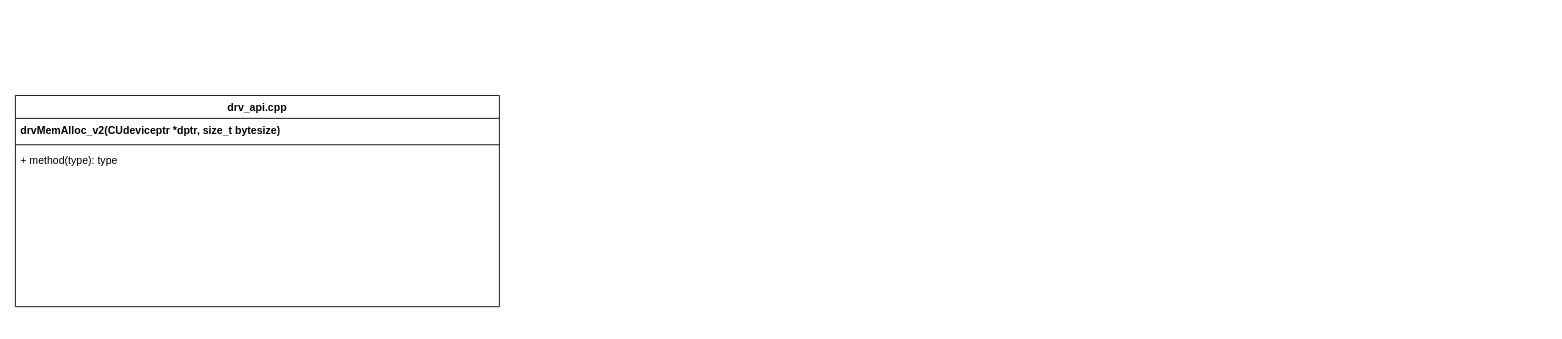
Above: malloc_cpy.drawio in evolution124/mydiagram (draw.io), before the change. Source tidied: cells renumbered, new cells numbered last; positions are measured from the earlier drawing's top-left corner, leaving out a move shared by most shapes. Both pictures are drawn from the tidied source at 88%, with x=0, y=0 at pixel (15, 95).
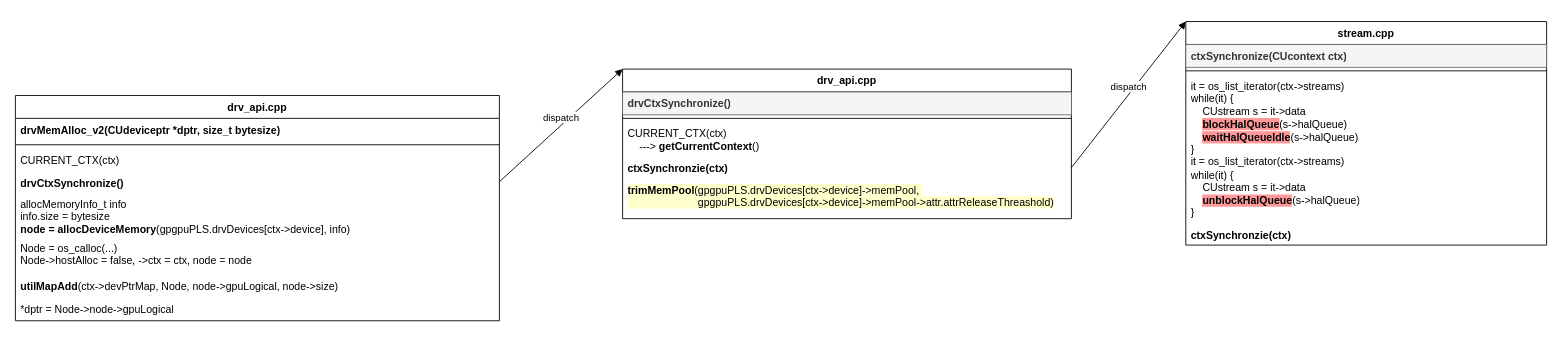
After the change.

What changed in the source:
```diff
@@
     <mxCell id="2" value="drv_api.cpp" style="swimlane;fontStyle=1;align=center;verticalAlign=top;horizontal=1;startSize=26;whiteSpace=wrap;html=1;" parent="1" vertex="1">
-      <mxGeometry width="550" height="240" as="geometry" />
+      <mxGeometry width="550" height="256" as="geometry" />
     </mxCell>
@@
+    <mxCell id="6" value="CURRENT_CTX(ctx)" style="text;strokeColor=none;fillColor=none;align=left;verticalAlign=top;spacingLeft=4;spacingRight=4;overflow=hidden;whiteSpace=wrap;html=1;" parent="2" vertex="1">
+      <mxGeometry y="60" width="550" height="26" as="geometry" />
+    </mxCell>
-    <mxCell id="5" value="+ method(type): type" style="text;strokeColor=none;fillColor=none;align=left;verticalAlign=top;spacingLeft=4;spacingRight=4;overflow=hidden;points=[[0,0.5],[1,0.5]];portConstraint=eastwest;whiteSpace=wrap;html=1;" parent="2" vertex="1">
-      <mxGeometry y="60" width="550" height="180" as="geometry" />
+    <mxCell id="5" value="&lt;b&gt;drvCtxSynchronize()&lt;/b&gt;&lt;div&gt;&lt;b&gt;&lt;br&gt;&lt;/b&gt;&lt;/div&gt;&lt;div&gt;&lt;br&gt;&lt;/div&gt;" style="text;strokeColor=none;fillColor=none;align=left;verticalAlign=top;spacingLeft=4;spacingRight=4;overflow=hidden;points=[[0,0.5],[1,0.5]];portConstraint=eastwest;whiteSpace=wrap;html=1;" parent="2" vertex="1">
+      <mxGeometry y="86" width="550" height="24" as="geometry" />
     </mxCell>
+    <mxCell id="7" value="&lt;div&gt;allocMemoryInfo_t info&lt;/div&gt;&lt;div&gt;info.size = bytesize&lt;/div&gt;&lt;b&gt;node = allocDeviceMemory&lt;/b&gt;(gpgpuPLS.drvDevices[ctx-&amp;gt;device], info)" style="text;strokeColor=none;fillColor=none;align=left;verticalAlign=top;spacingLeft=4;spacingRight=4;overflow=hidden;whiteSpace=wrap;html=1;" parent="2" vertex="1">
+      <mxGeometry y="110" width="550" height="50" as="geometry" />
+    </mxCell>
+    <mxCell id="8" value="Node = os_calloc(...)&lt;div&gt;Node-&amp;gt;hostAlloc = false, -&amp;gt;ctx = ctx, node = node&lt;/div&gt;&lt;div&gt;&lt;br&gt;&lt;/div&gt;&lt;div&gt;&lt;b&gt;utilMapAdd&lt;/b&gt;(ctx-&amp;gt;devPtrMap, Node, node-&amp;gt;gpuLogical, node-&amp;gt;size)&lt;/div&gt;" style="text;strokeColor=none;fillColor=none;align=left;verticalAlign=top;spacingLeft=4;spacingRight=4;overflow=hidden;whiteSpace=wrap;html=1;" parent="2" vertex="1">
+      <mxGeometry y="160" width="550" height="70" as="geometry" />
+    </mxCell>
+    <mxCell id="9" value="*dptr = Node-&amp;gt;node-&amp;gt;gpuLogical" style="text;strokeColor=none;fillColor=none;align=left;verticalAlign=top;spacingLeft=4;spacingRight=4;overflow=hidden;whiteSpace=wrap;html=1;" parent="2" vertex="1">
+      <mxGeometry y="230" width="550" height="26" as="geometry" />
+    </mxCell>
+    <mxCell id="10" value="drv_api.cpp" style="swimlane;fontStyle=1;align=center;verticalAlign=top;horizontal=1;startSize=26;whiteSpace=wrap;html=1;" parent="1" vertex="1">
+      <mxGeometry x="690" y="-30" width="510" height="170" as="geometry" />
+    </mxCell>
+    <mxCell id="11" value="&lt;span style=&quot;font-weight: 700; text-align: center;&quot;&gt;drvCtxSynchronize()&lt;/span&gt;" style="text;strokeColor=#666666;fillColor=#f5f5f5;align=left;verticalAlign=top;spacingLeft=4;spacingRight=4;overflow=hidden;whiteSpace=wrap;html=1;fontColor=#333333;" parent="10" vertex="1">
+      <mxGeometry y="26" width="510" height="26" as="geometry" />
+    </mxCell>
+    <mxCell id="12" style="line;strokeWidth=1;fillColor=none;align=left;verticalAlign=middle;spacingTop=-1;spacingLeft=3;spacingRight=3;labelPosition=right;strokeColor=inherit;" parent="10" vertex="1">
+      <mxGeometry y="52" width="510" height="8" as="geometry" />
+    </mxCell>
+    <mxCell id="13" value="CURRENT_CTX(ctx)&lt;div&gt;&amp;nbsp; &amp;nbsp; ---&amp;gt; &lt;b&gt;getCurrentContext&lt;/b&gt;()&lt;/div&gt;" style="text;strokeColor=none;fillColor=none;align=left;verticalAlign=top;spacingLeft=4;spacingRight=4;overflow=hidden;whiteSpace=wrap;html=1;" parent="10" vertex="1">
+      <mxGeometry y="60" width="510" height="40" as="geometry" />
+    </mxCell>
+    <mxCell id="14" value="&lt;div&gt;&lt;b&gt;ctxSynchronzie(ctx)&lt;/b&gt;&lt;/div&gt;" style="text;strokeColor=none;fillColor=none;align=left;verticalAlign=top;spacingLeft=4;spacingRight=4;overflow=hidden;points=[[0,0.5],[1,0.5]];portConstraint=eastwest;whiteSpace=wrap;html=1;" parent="10" vertex="1">
+      <mxGeometry y="100" width="510" height="24" as="geometry" />
+    </mxCell>
+    <mxCell id="15" value="&lt;span style=&quot;background-color: rgb(255, 255, 204);&quot;&gt;&lt;b&gt;trimMemPool&lt;/b&gt;(gpgpuPLS.drvDevices[ctx-&amp;gt;device]-&amp;gt;memPool,&amp;nbsp;&lt;br&gt;&amp;nbsp; &amp;nbsp; &amp;nbsp; &amp;nbsp; &amp;nbsp; &amp;nbsp; &amp;nbsp; &amp;nbsp; &amp;nbsp; &amp;nbsp; &amp;nbsp; &amp;nbsp; gpgpuPLS.drvDevices[ctx-&amp;gt;device]-&amp;gt;memPool-&amp;gt;attr.attrReleaseThreashold)&lt;/span&gt;" style="text;strokeColor=none;fillColor=none;align=left;verticalAlign=top;spacingLeft=4;spacingRight=4;overflow=hidden;whiteSpace=wrap;html=1;" parent="10" vertex="1">
+      <mxGeometry y="124" width="510" height="46" as="geometry" />
+    </mxCell>
+    <mxCell id="16" value="stream.cpp" style="swimlane;fontStyle=1;align=center;verticalAlign=top;horizontal=1;startSize=26;whiteSpace=wrap;html=1;" parent="1" vertex="1">
+      <mxGeometry x="1330" y="-84" width="410" height="254" as="geometry" />
+    </mxCell>
+    <mxCell id="17" value="&lt;span style=&quot;font-weight: 700; text-align: center;&quot;&gt;ctxSynchronize(CUcontext ctx)&lt;/span&gt;" style="text;strokeColor=#666666;fillColor=#f5f5f5;align=left;verticalAlign=top;spacingLeft=4;spacingRight=4;overflow=hidden;whiteSpace=wrap;html=1;fontColor=#333333;" parent="16" vertex="1">
+      <mxGeometry y="26" width="410" height="26" as="geometry" />
+    </mxCell>
+    <mxCell id="18" style="line;strokeWidth=1;fillColor=none;align=left;verticalAlign=middle;spacingTop=-1;spacingLeft=3;spacingRight=3;labelPosition=right;strokeColor=inherit;" parent="16" vertex="1">
+      <mxGeometry y="52" width="410" height="8" as="geometry" />
+    </mxCell>
+    <mxCell id="19" value="it = os_list_iterator(ctx-&amp;gt;streams)&lt;div&gt;while(it) {&lt;/div&gt;&lt;div&gt;&amp;nbsp; &amp;nbsp; CUstream s = it-&amp;gt;data&lt;/div&gt;&lt;div&gt;&amp;nbsp; &amp;nbsp; &lt;b style=&quot;background-color: rgb(255, 153, 153);&quot;&gt;blockHalQueue&lt;/b&gt;(s-&amp;gt;halQueue)&lt;/div&gt;&lt;div&gt;&amp;nbsp; &amp;nbsp; &lt;b style=&quot;background-color: rgb(255, 153, 153);&quot;&gt;waitHalQueueIdle&lt;/b&gt;(s-&amp;gt;halQueue)&lt;/div&gt;&lt;div&gt;}&lt;/div&gt;&lt;div&gt;it = os_list_iterator(ctx-&amp;gt;streams)&lt;/div&gt;&lt;div&gt;&lt;div&gt;while(it) {&lt;/div&gt;&lt;div&gt;&amp;nbsp; &amp;nbsp; CUstream s = it-&amp;gt;data&lt;/div&gt;&lt;div&gt;&amp;nbsp; &amp;nbsp; &lt;b style=&quot;background-color: rgb(255, 153, 153);&quot;&gt;unblockHalQueue&lt;/b&gt;(s-&amp;gt;halQueue)&lt;/div&gt;&lt;div&gt;&lt;span style=&quot;background-color: initial;&quot;&gt;}&lt;/span&gt;&lt;/div&gt;&lt;/div&gt;" style="text;strokeColor=none;fillColor=none;align=left;verticalAlign=top;spacingLeft=4;spacingRight=4;overflow=hidden;whiteSpace=wrap;html=1;" parent="16" vertex="1">
+      <mxGeometry y="60" width="410" height="170" as="geometry" />
+    </mxCell>
+    <mxCell id="20" value="&lt;div&gt;&lt;b&gt;ctxSynchronzie(ctx)&lt;/b&gt;&lt;/div&gt;" style="text;strokeColor=none;fillColor=none;align=left;verticalAlign=top;spacingLeft=4;spacingRight=4;overflow=hidden;whiteSpace=wrap;html=1;" parent="16" vertex="1">
+      <mxGeometry y="230" width="410" height="24" as="geometry" />
+    </mxCell>
+    <mxCell id="21" value="dispatch" style="html=1;verticalAlign=bottom;endArrow=block;curved=0;rounded=0;exitX=1;exitY=0.5;exitDx=0;exitDy=0;entryX=0;entryY=0;entryDx=0;entryDy=0;" parent="1" edge="1" source="5" target="10">
+      <mxGeometry relative="1" as="geometry" />
+    </mxCell>
+    <mxCell id="22" value="dispatch" style="html=1;verticalAlign=bottom;endArrow=block;curved=0;rounded=0;exitX=1;exitY=0.5;exitDx=0;exitDy=0;entryX=0;entryY=0;entryDx=0;entryDy=0;" parent="1" edge="1" source="14" target="16">
+      <mxGeometry relative="1" as="geometry" />
+    </mxCell>
```
